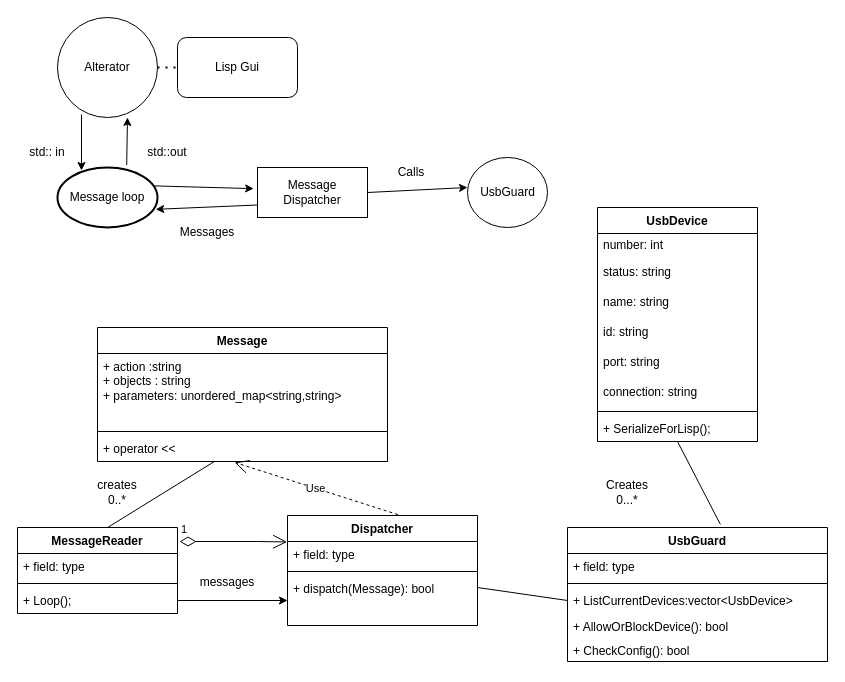
This is Classes.drawio from 3036662/alterator-usbmount, a draw.io file, before an edit. Source tidied: cells renumbered, new cells numbered last; positions are measured from the earlier drawing's top-left corner, leaving out a move shared by most shapes. Both pictures are drawn from the tidied source at 100%, with x=0, y=0 at pixel (17, 17).
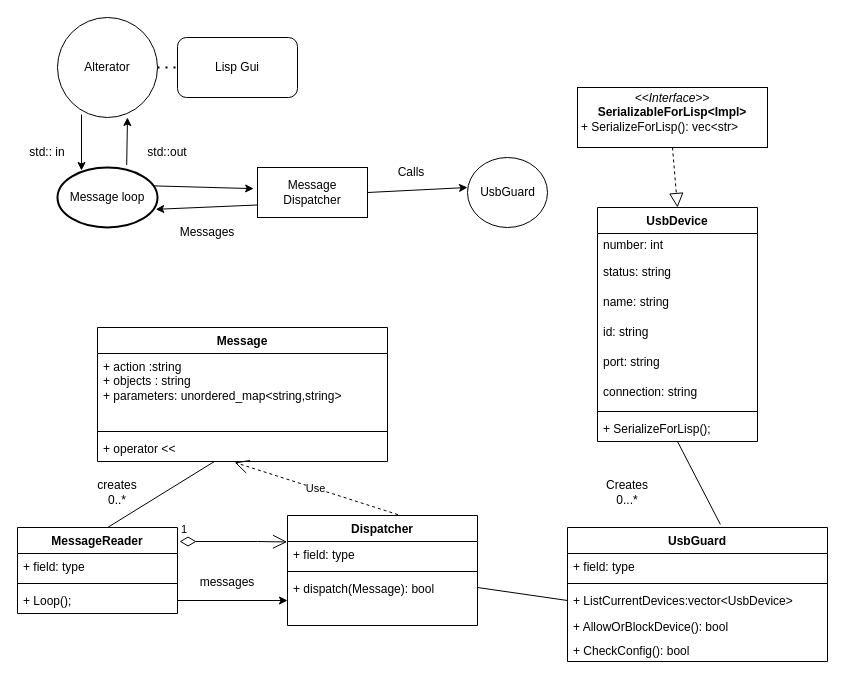
After the change.

Commit message (it also covers changes not shown here):
add CRTP Interfase SerializableForLisp

Unchanged cells that the change refers to:
```xml
<mxCell id="31" value="UsbDevice" style="swimlane;fontStyle=1;align=center;verticalAlign=top;horizontal=1;startSize=26;whiteSpace=wrap;html=1;" parent="1" vertex="1">
  <mxGeometry x="580" y="190" width="160" height="234" as="geometry" />
</mxCell>
```

The edit, as a diff of the source:
```diff
@@
+    <mxCell id="54" value="&lt;p style=&quot;margin:0px;margin-top:4px;text-align:center;&quot;&gt;&lt;i&gt;&amp;lt;&amp;lt;Interface&amp;gt;&amp;gt;&lt;/i&gt;&lt;br&gt;&lt;b&gt;SerializableForLisp&amp;lt;Impl&amp;gt;&lt;/b&gt;&lt;/p&gt;&lt;p style=&quot;margin:0px;margin-left:4px;&quot;&gt;+ SerializeForLisp(): vec&amp;lt;str&amp;gt;&lt;br&gt;&lt;/p&gt;" style="verticalAlign=top;align=left;overflow=fill;fontSize=12;fontFamily=Helvetica;html=1;" parent="1" vertex="1">
+      <mxGeometry x="560" y="70" width="190" height="60" as="geometry" />
+    </mxCell>
+    <mxCell id="55" style="endArrow=block;dashed=1;endFill=0;endSize=12;html=1;entryX=0.5;entryY=0;entryDx=0;entryDy=0;exitX=0.5;exitY=1;exitDx=0;exitDy=0;" parent="1" edge="1" source="54" target="31">
+      <mxGeometry relative="1" as="geometry" />
+    </mxCell>
```
